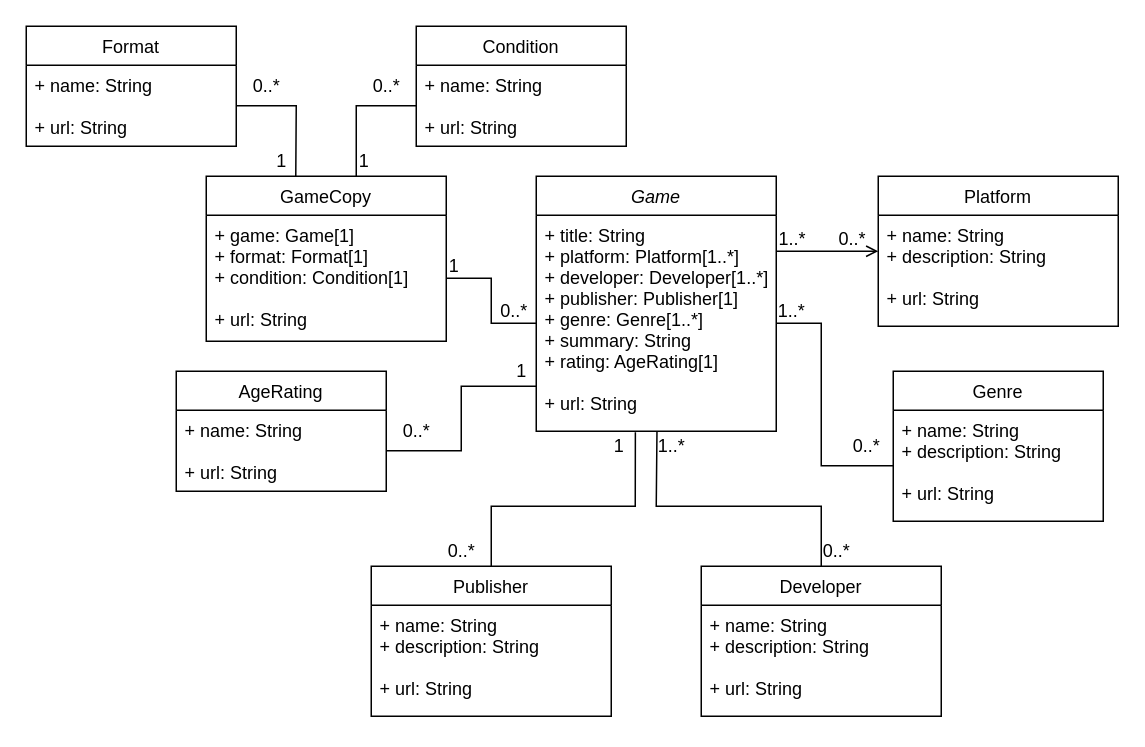
Earlier version of the draw.io diagram diagrams/TOP Diagram.drawio (marrahenzo/inventory-app). Source tidied: cells renumbered, new cells numbered last; positions are measured from the earlier drawing's top-left corner, leaving out a move shared by most shapes. Both pictures are drawn from the tidied source at 150%, with x=0, y=0 at pixel (26, 26).
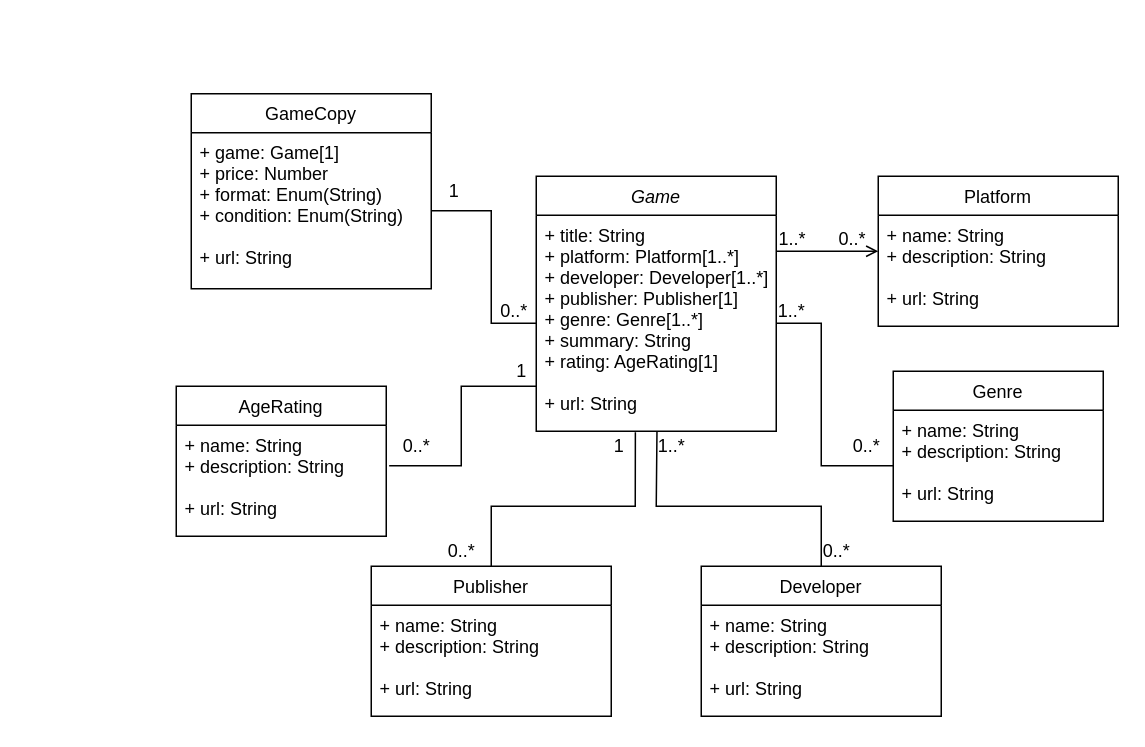
Above is the later version.

Commit message (it also covers changes not shown here):
Update database diagram

The change refers to these unchanged cells:
```xml
<mxCell id="3" value="+ title: String&#10;+ platform: Platform[1..*]&#10;+ developer: Developer[1..*]&#10;+ publisher: Publisher[1]&#10;+ genre: Genre[1..*]&#10;+ summary: String&#10;+ rating: AgeRating[1]&#10;&#10;+ url: String" style="text;align=left;verticalAlign=top;spacingLeft=4;spacingRight=4;overflow=hidden;points=[[0,0.5],[1,0.5]];portConstraint=eastwest;" parent="2" vertex="1">
  <mxGeometry y="26" width="160" height="144" as="geometry" />
</mxCell>
```

What changed in the source:
```diff
@@
     <mxCell id="24" value="AgeRating" style="swimlane;fontStyle=0;horizontal=1;startSize=26;fillColor=none;" parent="1" vertex="1">
-      <mxGeometry x="100" y="230" width="140" height="80" as="geometry" />
+      <mxGeometry x="100" y="240" width="140" height="100" as="geometry" />
     </mxCell>
-    <mxCell id="25" value="+ name: String&#10;&#10;+ url: String" style="text;strokeColor=none;fillColor=none;align=left;verticalAlign=top;spacingLeft=4;spacingRight=4;overflow=hidden;points=[[0,0.5],[1,0.5]];portConstraint=eastwest;" parent="24" vertex="1">
-      <mxGeometry y="26" width="140" height="54" as="geometry" />
+    <mxCell id="25" value="+ name: String&#10;+ description: String&#10;&#10;+ url: String" style="text;strokeColor=none;fillColor=none;align=left;verticalAlign=top;spacingLeft=4;spacingRight=4;overflow=hidden;points=[[0,0.5],[1,0.5]];portConstraint=eastwest;" parent="24" vertex="1">
+      <mxGeometry y="26" width="140" height="74" as="geometry" />
     </mxCell>
     <mxCell id="26" value="GameCopy" style="swimlane;fontStyle=0;align=center;verticalAlign=top;horizontal=1;startSize=26;rounded=0;shadow=0;strokeWidth=1;" parent="1" vertex="1">
-      <mxGeometry x="120" y="100" width="160" height="110" as="geometry" />
+      <mxGeometry x="110" y="45" width="160" height="130" as="geometry" />
     </mxCell>
-    <mxCell id="27" value="+ game: Game[1]&#10;+ format: Format[1]&#10;+ condition: Condition[1]&#10;&#10;+ url: String" style="text;align=left;verticalAlign=top;spacingLeft=4;spacingRight=4;overflow=hidden;points=[[0,0.5],[1,0.5]];portConstraint=eastwest;" parent="26" vertex="1">
-      <mxGeometry y="26" width="160" height="84" as="geometry" />
+    <mxCell id="27" value="+ game: Game[1]&#10;+ price: Number&#10;+ format: Enum(String)&#10;+ condition: Enum(String)&#10;&#10;+ url: String" style="text;align=left;verticalAlign=top;spacingLeft=4;spacingRight=4;overflow=hidden;points=[[0,0.5],[1,0.5]];portConstraint=eastwest;" parent="26" vertex="1">
+      <mxGeometry y="26" width="160" height="104" as="geometry" />
     </mxCell>
-    <mxCell id="28" style="endArrow=none;html=1;rounded=0;exitX=1;exitY=0.5;exitDx=0;exitDy=0;" parent="1" edge="1" source="25">
+    <mxCell id="28" style="endArrow=none;html=1;rounded=0;exitX=1.014;exitY=0.366;exitDx=0;exitDy=0;exitPerimeter=0;" parent="1" edge="1" source="25">
       <mxGeometry relative="1" as="geometry">
         <mxPoint x="340" y="240" as="targetPoint" />
         <Array as="points">
-          <mxPoint x="290" y="283" />
+          <mxPoint x="290" y="293" />
           <mxPoint x="290" y="240" />
         </Array>
       </mxGeometry>
     </mxCell>
@@
     <mxCell id="30" value="0..*" style="text;html=1;align=center;verticalAlign=middle;strokeColor=none;fillColor=none;" parent="1" vertex="1">
-      <mxGeometry x="240" y="255" width="40" height="30" as="geometry" />
+      <mxGeometry x="240" y="265" width="40" height="30" as="geometry" />
     </mxCell>
     <mxCell id="31" style="endArrow=none;html=1;rounded=0;entryX=0;entryY=0.5;entryDx=0;entryDy=0;exitX=1;exitY=0.5;exitDx=0;exitDy=0;" parent="1" edge="1" source="27" target="3">
       <mxGeometry relative="1" as="geometry">
         <Array as="points">
-          <mxPoint x="310" y="168" />
+          <mxPoint x="310" y="123" />
           <mxPoint x="310" y="198" />
         </Array>
       </mxGeometry>
     </mxCell>
     <mxCell id="32" value="1" style="text;html=1;align=center;verticalAlign=middle;strokeColor=none;fillColor=none;" parent="1" vertex="1">
-      <mxGeometry x="270" y="145" width="30" height="30" as="geometry" />
+      <mxGeometry x="270" y="95" width="30" height="30" as="geometry" />
     </mxCell>
@@
-    <mxCell id="34" value="Condition" style="swimlane;fontStyle=0;horizontal=1;startSize=26;fillColor=none;" parent="1" vertex="1">
-      <mxGeometry x="260" width="140" height="80" as="geometry" />
-    </mxCell>
-    <mxCell id="35" value="+ name: String&#10;&#10;+ url: String" style="text;strokeColor=none;fillColor=none;align=left;verticalAlign=top;spacingLeft=4;spacingRight=4;overflow=hidden;points=[[0,0.5],[1,0.5]];portConstraint=eastwest;" parent="34" vertex="1">
-      <mxGeometry y="26" width="140" height="54" as="geometry" />
-    </mxCell>
-    <mxCell id="36" value="Format" style="swimlane;fontStyle=0;horizontal=1;startSize=26;fillColor=none;" parent="1" vertex="1">
-      <mxGeometry width="140" height="80" as="geometry" />
-    </mxCell>
-    <mxCell id="37" value="+ name: String&#10;&#10;+ url: String" style="text;strokeColor=none;fillColor=none;align=left;verticalAlign=top;spacingLeft=4;spacingRight=4;overflow=hidden;points=[[0,0.5],[1,0.5]];portConstraint=eastwest;" parent="36" vertex="1">
-      <mxGeometry y="26" width="140" height="54" as="geometry" />
-    </mxCell>
-    <mxCell id="38" style="endArrow=none;html=1;rounded=0;entryX=1;entryY=0.5;entryDx=0;entryDy=0;exitX=0.373;exitY=-0.001;exitDx=0;exitDy=0;exitPerimeter=0;" parent="1" edge="1" source="26" target="37">
-      <mxGeometry relative="1" as="geometry">
-        <Array as="points">
-          <mxPoint x="180" y="53" />
-        </Array>
-      </mxGeometry>
-    </mxCell>
-    <mxCell id="39" style="endArrow=none;html=1;rounded=0;entryX=0;entryY=0.5;entryDx=0;entryDy=0;" parent="1" edge="1" target="35">
-      <mxGeometry relative="1" as="geometry">
-        <mxPoint x="220" y="100" as="sourcePoint" />
-        <Array as="points">
-          <mxPoint x="220" y="53" />
-        </Array>
-      </mxGeometry>
-    </mxCell>
-    <mxCell id="40" value="1" style="text;html=1;align=center;verticalAlign=middle;strokeColor=none;fillColor=none;" parent="1" vertex="1">
-      <mxGeometry x="155" y="75" width="30" height="30" as="geometry" />
-    </mxCell>
-    <mxCell id="41" value="1" style="text;html=1;align=center;verticalAlign=middle;strokeColor=none;fillColor=none;" parent="1" vertex="1">
-      <mxGeometry x="210" y="75" width="30" height="30" as="geometry" />
-    </mxCell>
-    <mxCell id="42" value="0..*" style="text;html=1;align=center;verticalAlign=middle;strokeColor=none;fillColor=none;" parent="1" vertex="1">
-      <mxGeometry x="140" y="25" width="40" height="30" as="geometry" />
-    </mxCell>
-    <mxCell id="43" value="0..*" style="text;html=1;align=center;verticalAlign=middle;strokeColor=none;fillColor=none;" parent="1" vertex="1">
-      <mxGeometry x="220" y="25" width="40" height="30" as="geometry" />
-    </mxCell>
```
